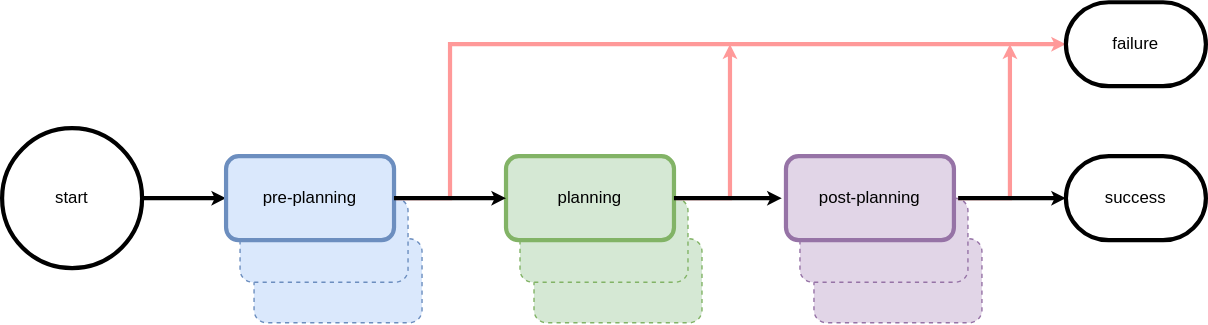
Before: docs/schematic.svg, a diagram exported from draw.io (dorezyuk/gpp). Source tidied: cells renumbered, new cells last; positions are measured from the earlier drawing's top-left corner, leaving out a move shared by most shapes. Its diagram source:
```xml
<mxGraphModel>
  <root>
    <mxCell id="0" />
    <mxCell id="1" parent="0" />
    <mxCell id="2" style="whiteSpace=wrap;html=1;rounded=1;fillColor=#e1d5e7;strokeColor=#9673a6;dashed=1;" parent="1" vertex="1">
      <mxGeometry x="580" y="169" width="120" height="60" as="geometry" />
    </mxCell>
    <mxCell id="3" style="whiteSpace=wrap;html=1;rounded=1;fillColor=#e1d5e7;strokeColor=#9673a6;dashed=1;" parent="1" vertex="1">
      <mxGeometry x="570" y="140" width="120" height="60" as="geometry" />
    </mxCell>
    <mxCell id="4" style="whiteSpace=wrap;html=1;rounded=1;fillColor=#d5e8d4;strokeColor=#82b366;dashed=1;" parent="1" vertex="1">
      <mxGeometry x="380" y="169" width="120" height="60" as="geometry" />
    </mxCell>
    <mxCell id="5" style="whiteSpace=wrap;html=1;rounded=1;fillColor=#d5e8d4;strokeColor=#82b366;dashed=1;" parent="1" vertex="1">
      <mxGeometry x="370" y="140" width="120" height="60" as="geometry" />
    </mxCell>
    <mxCell id="6" style="rounded=1;whiteSpace=wrap;html=1;sketch=0;fillColor=#dae8fc;strokeColor=#6c8ebf;dashed=1;" parent="1" vertex="1">
      <mxGeometry x="180" y="169" width="120" height="60" as="geometry" />
    </mxCell>
    <mxCell id="7" style="edgeStyle=orthogonalEdgeStyle;rounded=0;jettySize=auto;html=1;endSize=1;strokeWidth=3;strokeColor=#FF9999;" parent="1" edge="1" source="8">
      <mxGeometry relative="1" as="geometry">
        <mxPoint x="520" y="30" as="targetPoint" />
        <Array as="points">
          <mxPoint x="520" y="140" />
        </Array>
      </mxGeometry>
    </mxCell>
    <mxCell id="8" value="planning" style="whiteSpace=wrap;html=1;rounded=1;fillColor=#d5e8d4;strokeColor=#82b366;strokeWidth=3;" parent="1" vertex="1">
      <mxGeometry x="360" y="110" width="120" height="60" as="geometry" />
    </mxCell>
    <mxCell id="9" style="edgeStyle=orthogonalEdgeStyle;rounded=0;jettySize=auto;html=1;endSize=1;strokeWidth=3;strokeColor=#FF9999;" parent="1" edge="1" source="10">
      <mxGeometry relative="1" as="geometry">
        <mxPoint x="720" y="30" as="targetPoint" />
        <Array as="points">
          <mxPoint x="720" y="140" />
        </Array>
      </mxGeometry>
    </mxCell>
    <mxCell id="10" value="post-planning" style="whiteSpace=wrap;html=1;rounded=1;fillColor=#e1d5e7;strokeColor=#9673a6;perimeterSpacing=3;strokeWidth=3;" parent="1" vertex="1">
      <mxGeometry x="560" y="110" width="120" height="60" as="geometry" />
    </mxCell>
    <mxCell id="11" style="edgeStyle=orthogonalEdgeStyle;jettySize=auto;html=1;strokeWidth=3;rounded=0;endSize=1;" parent="1" edge="1" source="12" target="16">
      <mxGeometry relative="1" as="geometry" />
    </mxCell>
    <mxCell id="12" value="start" style="strokeWidth=3;html=1;shape=mxgraph.flowchart.start_2;whiteSpace=wrap;" parent="1" vertex="1">
      <mxGeometry y="90" width="100" height="100" as="geometry" />
    </mxCell>
    <mxCell id="13" value="success" style="strokeWidth=3;html=1;shape=mxgraph.flowchart.terminator;whiteSpace=wrap;" parent="1" vertex="1">
      <mxGeometry x="760" y="110" width="100" height="60" as="geometry" />
    </mxCell>
    <mxCell id="14" style="rounded=1;whiteSpace=wrap;html=1;fillColor=#dae8fc;strokeColor=#6c8ebf;glass=0;sketch=0;shadow=0;dashed=1;" parent="1" vertex="1">
      <mxGeometry x="170" y="140" width="120" height="60" as="geometry" />
    </mxCell>
    <mxCell id="15" style="edgeStyle=orthogonalEdgeStyle;rounded=0;jettySize=auto;html=1;entryX=0;entryY=0.5;entryDx=0;entryDy=0;entryPerimeter=0;endSize=1;strokeWidth=3;strokeColor=#FF9999;" parent="1" edge="1" source="16" target="17">
      <mxGeometry relative="1" as="geometry">
        <Array as="points">
          <mxPoint x="320" y="140" />
          <mxPoint x="320" y="30" />
        </Array>
      </mxGeometry>
    </mxCell>
    <mxCell id="16" value="pre-planning" style="rounded=1;whiteSpace=wrap;html=1;fillColor=#dae8fc;strokeColor=#6c8ebf;strokeWidth=3;" parent="1" vertex="1">
      <mxGeometry x="160" y="110" width="120" height="60" as="geometry" />
    </mxCell>
    <mxCell id="17" value="&lt;div&gt;failure&lt;/div&gt;" style="strokeWidth=3;html=1;shape=mxgraph.flowchart.terminator;whiteSpace=wrap;" parent="1" vertex="1">
      <mxGeometry x="760" width="100" height="60" as="geometry" />
    </mxCell>
    <mxCell id="18" style="edgeStyle=orthogonalEdgeStyle;rounded=0;jettySize=auto;html=1;strokeWidth=3;endSize=1;" parent="1" edge="1" source="8" target="10">
      <mxGeometry relative="1" as="geometry" />
    </mxCell>
    <mxCell id="19" style="edgeStyle=orthogonalEdgeStyle;rounded=0;jettySize=auto;html=1;strokeWidth=3;endSize=1;" parent="1" edge="1" source="16" target="8">
      <mxGeometry relative="1" as="geometry" />
    </mxCell>
    <mxCell id="20" style="edgeStyle=orthogonalEdgeStyle;rounded=0;jettySize=auto;html=1;strokeWidth=3;endSize=1;" parent="1" edge="1" source="10" target="13">
      <mxGeometry relative="1" as="geometry" />
    </mxCell>
  </root>
</mxGraphModel>
```
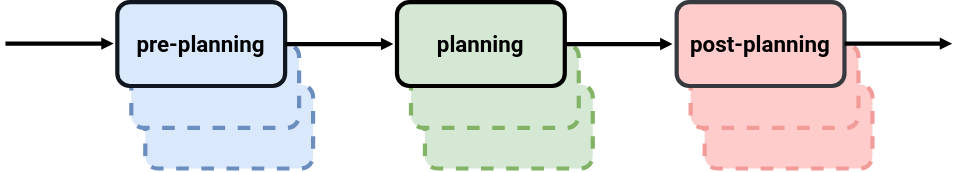
After the change.

What changed in the source:
```diff
@@ -2,77 +2,50 @@
   <root>
     <mxCell id="0" />
     <mxCell id="1" parent="0" />
-    <mxCell id="2" style="whiteSpace=wrap;html=1;rounded=1;fillColor=#e1d5e7;strokeColor=#9673a6;dashed=1;" parent="1" vertex="1">
+    <mxCell id="2" style="whiteSpace=wrap;html=1;rounded=1;fillColor=#ffcccc;dashed=1;strokeWidth=3;strokeColor=#F19C99;" parent="1" vertex="1">
       <mxGeometry x="580" y="169" width="120" height="60" as="geometry" />
     </mxCell>
-    <mxCell id="3" style="whiteSpace=wrap;html=1;rounded=1;fillColor=#e1d5e7;strokeColor=#9673a6;dashed=1;" parent="1" vertex="1">
+    <mxCell id="3" style="whiteSpace=wrap;html=1;rounded=1;fillColor=#ffcccc;dashed=1;strokeWidth=3;strokeColor=#F19C99;" parent="1" vertex="1">
       <mxGeometry x="570" y="140" width="120" height="60" as="geometry" />
     </mxCell>
-    <mxCell id="4" style="whiteSpace=wrap;html=1;rounded=1;fillColor=#d5e8d4;strokeColor=#82b366;dashed=1;" parent="1" vertex="1">
+    <mxCell id="4" style="whiteSpace=wrap;html=1;rounded=1;fillColor=#d5e8d4;strokeColor=#82b366;dashed=1;strokeWidth=3;" parent="1" vertex="1">
       <mxGeometry x="380" y="169" width="120" height="60" as="geometry" />
     </mxCell>
-    <mxCell id="5" style="whiteSpace=wrap;html=1;rounded=1;fillColor=#d5e8d4;strokeColor=#82b366;dashed=1;" parent="1" vertex="1">
+    <mxCell id="5" style="whiteSpace=wrap;html=1;rounded=1;fillColor=#d5e8d4;strokeColor=#82b366;dashed=1;strokeWidth=3;" parent="1" vertex="1">
       <mxGeometry x="370" y="140" width="120" height="60" as="geometry" />
     </mxCell>
-    <mxCell id="6" style="rounded=1;whiteSpace=wrap;html=1;sketch=0;fillColor=#dae8fc;strokeColor=#6c8ebf;dashed=1;" parent="1" vertex="1">
+    <mxCell id="6" style="rounded=1;whiteSpace=wrap;html=1;sketch=0;fillColor=#dae8fc;strokeColor=#6c8ebf;dashed=1;strokeWidth=3;" parent="1" vertex="1">
       <mxGeometry x="180" y="169" width="120" height="60" as="geometry" />
     </mxCell>
-    <mxCell id="7" style="edgeStyle=orthogonalEdgeStyle;rounded=0;jettySize=auto;html=1;endSize=1;strokeWidth=3;strokeColor=#FF9999;" parent="1" edge="1" source="8">
-      <mxGeometry relative="1" as="geometry">
-        <mxPoint x="520" y="30" as="targetPoint" />
-        <Array as="points">
-          <mxPoint x="520" y="140" />
-        </Array>
-      </mxGeometry>
-    </mxCell>
-    <mxCell id="8" value="planning" style="whiteSpace=wrap;html=1;rounded=1;fillColor=#d5e8d4;strokeColor=#82b366;strokeWidth=3;" parent="1" vertex="1">
+    <mxCell id="8" value="&lt;font style=&quot;font-size: 16px&quot; face=&quot;Roboto&quot;&gt;planning&lt;/font&gt;" style="whiteSpace=wrap;html=1;rounded=1;fillColor=#d5e8d4;strokeWidth=3;fontStyle=1;fontSize=15;strokeColor=#020301;" parent="1" vertex="1">
       <mxGeometry x="360" y="110" width="120" height="60" as="geometry" />
     </mxCell>
-    <mxCell id="9" style="edgeStyle=orthogonalEdgeStyle;rounded=0;jettySize=auto;html=1;endSize=1;strokeWidth=3;strokeColor=#FF9999;" parent="1" edge="1" source="10">
-      <mxGeometry relative="1" as="geometry">
-        <mxPoint x="720" y="30" as="targetPoint" />
-        <Array as="points">
-          <mxPoint x="720" y="140" />
-        </Array>
-      </mxGeometry>
-    </mxCell>
-    <mxCell id="10" value="post-planning" style="whiteSpace=wrap;html=1;rounded=1;fillColor=#e1d5e7;strokeColor=#9673a6;perimeterSpacing=3;strokeWidth=3;" parent="1" vertex="1">
+    <mxCell id="10" value="&lt;font style=&quot;font-size: 16px&quot; face=&quot;Roboto&quot;&gt;post-planning&lt;/font&gt;" style="whiteSpace=wrap;html=1;rounded=1;fillColor=#ffcccc;strokeColor=#36393d;perimeterSpacing=3;strokeWidth=3;fontStyle=1;fontSize=15;" parent="1" vertex="1">
       <mxGeometry x="560" y="110" width="120" height="60" as="geometry" />
     </mxCell>
-    <mxCell id="11" style="edgeStyle=orthogonalEdgeStyle;jettySize=auto;html=1;strokeWidth=3;rounded=0;endSize=1;" parent="1" edge="1" source="12" target="16">
-      <mxGeometry relative="1" as="geometry" />
-    </mxCell>
-    <mxCell id="12" value="start" style="strokeWidth=3;html=1;shape=mxgraph.flowchart.start_2;whiteSpace=wrap;" parent="1" vertex="1">
-      <mxGeometry y="90" width="100" height="100" as="geometry" />
-    </mxCell>
-    <mxCell id="13" value="success" style="strokeWidth=3;html=1;shape=mxgraph.flowchart.terminator;whiteSpace=wrap;" parent="1" vertex="1">
-      <mxGeometry x="760" y="110" width="100" height="60" as="geometry" />
-    </mxCell>
-    <mxCell id="14" style="rounded=1;whiteSpace=wrap;html=1;fillColor=#dae8fc;strokeColor=#6c8ebf;glass=0;sketch=0;shadow=0;dashed=1;" parent="1" vertex="1">
+    <mxCell id="14" style="rounded=1;whiteSpace=wrap;html=1;fillColor=#dae8fc;strokeColor=#6c8ebf;glass=0;sketch=0;shadow=0;dashed=1;strokeWidth=3;" parent="1" vertex="1">
       <mxGeometry x="170" y="140" width="120" height="60" as="geometry" />
     </mxCell>
-    <mxCell id="15" style="edgeStyle=orthogonalEdgeStyle;rounded=0;jettySize=auto;html=1;entryX=0;entryY=0.5;entryDx=0;entryDy=0;entryPerimeter=0;endSize=1;strokeWidth=3;strokeColor=#FF9999;" parent="1" edge="1" source="16" target="17">
-      <mxGeometry relative="1" as="geometry">
-        <Array as="points">
-          <mxPoint x="320" y="140" />
-          <mxPoint x="320" y="30" />
-        </Array>
-      </mxGeometry>
-    </mxCell>
-    <mxCell id="16" value="pre-planning" style="rounded=1;whiteSpace=wrap;html=1;fillColor=#dae8fc;strokeColor=#6c8ebf;strokeWidth=3;" parent="1" vertex="1">
+    <mxCell id="16" value="&lt;font style=&quot;font-size: 16px&quot; face=&quot;Roboto&quot;&gt;pre-planning&lt;/font&gt;" style="rounded=1;whiteSpace=wrap;html=1;fillColor=#dae8fc;strokeWidth=3;fontStyle=1;fontSize=15;strokeColor=#11171F;" parent="1" vertex="1">
       <mxGeometry x="160" y="110" width="120" height="60" as="geometry" />
     </mxCell>
-    <mxCell id="17" value="&lt;div&gt;failure&lt;/div&gt;" style="strokeWidth=3;html=1;shape=mxgraph.flowchart.terminator;whiteSpace=wrap;" parent="1" vertex="1">
-      <mxGeometry x="760" width="100" height="60" as="geometry" />
-    </mxCell>
-    <mxCell id="18" style="edgeStyle=orthogonalEdgeStyle;rounded=0;jettySize=auto;html=1;strokeWidth=3;endSize=1;" parent="1" edge="1" source="8" target="10">
+    <mxCell id="18" style="edgeStyle=orthogonalEdgeStyle;rounded=0;jettySize=auto;html=1;strokeWidth=3;endSize=1;entryX=0;entryY=0.5;entryDx=0;entryDy=0;endArrow=block;endFill=0;" parent="1" edge="1" source="8" target="10">
       <mxGeometry relative="1" as="geometry" />
     </mxCell>
-    <mxCell id="19" style="edgeStyle=orthogonalEdgeStyle;rounded=0;jettySize=auto;html=1;strokeWidth=3;endSize=1;" parent="1" edge="1" source="16" target="8">
+    <mxCell id="19" style="edgeStyle=orthogonalEdgeStyle;rounded=0;jettySize=auto;html=1;strokeWidth=3;endSize=1;entryX=-0.022;entryY=0.5;entryDx=0;entryDy=0;entryPerimeter=0;endArrow=block;endFill=0;" parent="1" edge="1" source="16" target="8">
       <mxGeometry relative="1" as="geometry" />
     </mxCell>
-    <mxCell id="20" style="edgeStyle=orthogonalEdgeStyle;rounded=0;jettySize=auto;html=1;strokeWidth=3;endSize=1;" parent="1" edge="1" source="10" target="13">
-      <mxGeometry relative="1" as="geometry" />
-    </mxCell>
+    <mxCell id="21" style="edgeStyle=orthogonalEdgeStyle;rounded=0;orthogonalLoop=1;jettySize=auto;html=1;strokeWidth=3;endSize=1;endArrow=block;endFill=0;" parent="1" edge="1">
+      <mxGeometry relative="1" as="geometry">
+        <mxPoint x="680" y="139.7" as="sourcePoint" />
+        <mxPoint x="757" y="139.7" as="targetPoint" />
+      </mxGeometry>
+    </mxCell>
+    <mxCell id="22" style="edgeStyle=orthogonalEdgeStyle;rounded=0;orthogonalLoop=1;jettySize=auto;html=1;strokeWidth=3;endSize=1;entryX=-0.0;entryY=0.5;entryDx=0;entryDy=0;entryPerimeter=0;endArrow=block;endFill=0;arcSize=3;" parent="1" edge="1">
+      <mxGeometry relative="1" as="geometry">
+        <mxPoint x="80" y="139.7" as="sourcePoint" />
+        <mxPoint x="157.4" y="139.7" as="targetPoint" />
+      </mxGeometry>
+    </mxCell>
   </root>
 </mxGraphModel>
```
